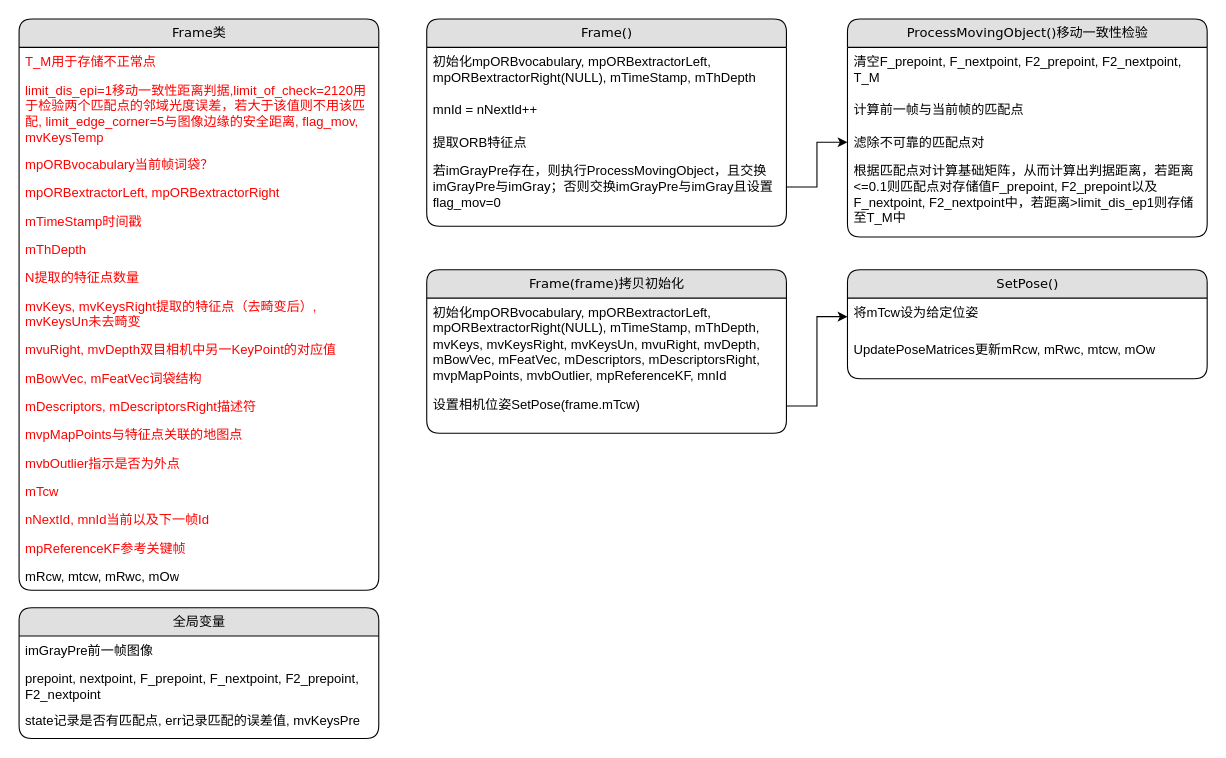
Above: page "Frame" (11 of 11) of Untitled Diagram.drawio in gtx818/visual-SLAM (draw.io), before the change. Source tidied: cells renumbered, new cells numbered last; positions are measured from the earlier drawing's top-left corner, leaving out a move shared by most shapes. Both pictures are drawn from the tidied source at 109%, with x=0, y=0 at pixel (19, 19).
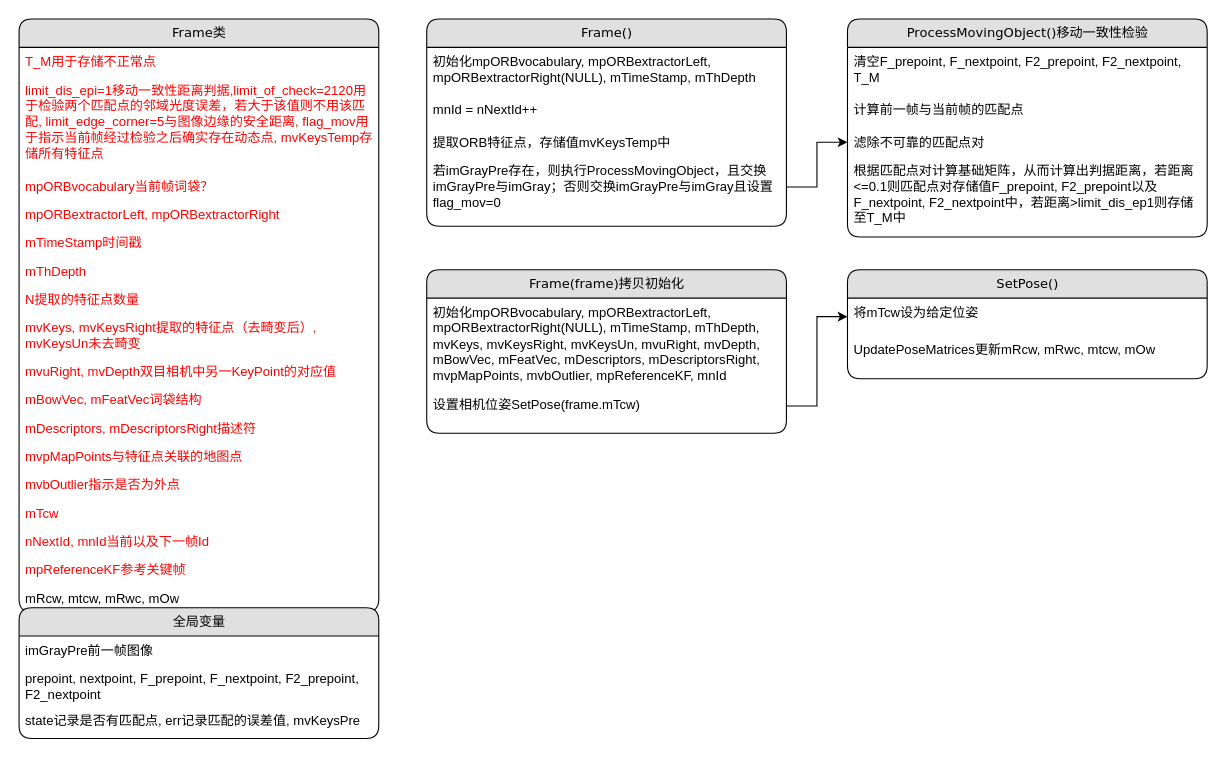
The same page after the edit.

The change refers to these unchanged cells:
```xml
<mxCell id="20" value="Frame()" style="swimlane;html=1;fontStyle=0;horizontal=1;startSize=26;fillColor=#e0e0e0;swimlaneFillColor=#ffffff;align=center;rounded=1;shadow=0;comic=0;labelBackgroundColor=none;strokeWidth=1;fontFamily=Verdana;fontSize=12;" parent="1" vertex="1">
  <mxGeometry x="374" width="330" height="190" as="geometry" />
</mxCell>
```

The edit, as a diff of the source:
```diff
@@
     <mxCell id="2" value="Frame类" style="swimlane;html=1;fontStyle=0;horizontal=1;startSize=26;fillColor=#e0e0e0;swimlaneFillColor=#ffffff;align=center;rounded=1;shadow=0;comic=0;labelBackgroundColor=none;strokeWidth=1;fontFamily=Verdana;fontSize=12;" parent="1" vertex="1">
-      <mxGeometry width="330" height="524" as="geometry" />
+      <mxGeometry width="330" height="544" as="geometry" />
     </mxCell>
@@
-    <mxCell id="4" value="limit_dis_epi=1移动一致性距离判据,limit_of_check=2120用于检验两个匹配点的邻域光度误差，若大于该值则不用该匹配, limit_edge_corner=5与图像边缘的安全距离, flag_mov, mvKeysTemp" style="text;html=1;strokeColor=none;fillColor=none;spacingLeft=4;spacingRight=4;whiteSpace=wrap;overflow=hidden;fontColor=#FF0000;" parent="2" vertex="1">
-      <mxGeometry y="52" width="330" height="68" as="geometry" />
+    <mxCell id="4" value="limit_dis_epi=1移动一致性距离判据,limit_of_check=2120用于检验两个匹配点的邻域光度误差，若大于该值则不用该匹配, limit_edge_corner=5与图像边缘的安全距离, flag_mov用于指示当前帧经过检验之后确实存在动态点, mvKeysTemp存储所有特征点" style="text;html=1;strokeColor=none;fillColor=none;spacingLeft=4;spacingRight=4;whiteSpace=wrap;overflow=hidden;fontColor=#FF0000;" parent="2" vertex="1">
+      <mxGeometry y="52" width="330" height="88" as="geometry" />
     </mxCell>
     <mxCell id="5" value="mpORBvocabulary当前帧词袋？" style="text;html=1;strokeColor=none;fillColor=none;spacingLeft=4;spacingRight=4;whiteSpace=wrap;overflow=hidden;fontColor=#FF0000;" parent="2" vertex="1">
-      <mxGeometry y="120" width="330" height="26" as="geometry" />
+      <mxGeometry y="140" width="330" height="26" as="geometry" />
     </mxCell>
     <mxCell id="6" value="mpORBextractorLeft, mpORBextractorRight" style="text;html=1;strokeColor=none;fillColor=none;spacingLeft=4;spacingRight=4;whiteSpace=wrap;overflow=hidden;fontColor=#FF0000;" parent="2" vertex="1">
-      <mxGeometry y="146" width="330" height="26" as="geometry" />
+      <mxGeometry y="166" width="330" height="26" as="geometry" />
     </mxCell>
     <mxCell id="7" value="mTimeStamp时间戳" style="text;html=1;strokeColor=none;fillColor=none;spacingLeft=4;spacingRight=4;whiteSpace=wrap;overflow=hidden;fontColor=#FF0000;" parent="2" vertex="1">
-      <mxGeometry y="172" width="330" height="26" as="geometry" />
+      <mxGeometry y="192" width="330" height="26" as="geometry" />
     </mxCell>
     <mxCell id="8" value="mThDepth" style="text;html=1;strokeColor=none;fillColor=none;spacingLeft=4;spacingRight=4;whiteSpace=wrap;overflow=hidden;fontColor=#FF0000;" parent="2" vertex="1">
-      <mxGeometry y="198" width="330" height="26" as="geometry" />
+      <mxGeometry y="218" width="330" height="26" as="geometry" />
     </mxCell>
     <mxCell id="9" value="N提取的特征点数量" style="text;html=1;strokeColor=none;fillColor=none;spacingLeft=4;spacingRight=4;whiteSpace=wrap;overflow=hidden;fontColor=#FF0000;" parent="2" vertex="1">
-      <mxGeometry y="224" width="330" height="26" as="geometry" />
+      <mxGeometry y="244" width="330" height="26" as="geometry" />
     </mxCell>
     <mxCell id="10" value="mvKeys, mvKeysRight提取的特征点（去畸变后）, mvKeysUn未去畸变" style="text;html=1;strokeColor=none;fillColor=none;spacingLeft=4;spacingRight=4;whiteSpace=wrap;overflow=hidden;fontColor=#FF0000;" parent="2" vertex="1">
-      <mxGeometry y="250" width="330" height="40" as="geometry" />
+      <mxGeometry y="270" width="330" height="40" as="geometry" />
     </mxCell>
     <mxCell id="11" value="&lt;font&gt;mvuRight, mvDepth双目相机中另一KeyPoint的对应值&lt;/font&gt;" style="text;html=1;strokeColor=none;fillColor=none;spacingLeft=4;spacingRight=4;whiteSpace=wrap;overflow=hidden;fontColor=#FF0000;" parent="2" vertex="1">
-      <mxGeometry y="290" width="330" height="26" as="geometry" />
+      <mxGeometry y="310" width="330" height="26" as="geometry" />
     </mxCell>
     <mxCell id="12" value="&lt;font&gt;mBowVec, mFeatVec词袋结构&lt;/font&gt;" style="text;html=1;strokeColor=none;fillColor=none;spacingLeft=4;spacingRight=4;whiteSpace=wrap;overflow=hidden;fontColor=#FF0000;" parent="2" vertex="1">
-      <mxGeometry y="316" width="330" height="26" as="geometry" />
+      <mxGeometry y="336" width="330" height="26" as="geometry" />
     </mxCell>
     <mxCell id="13" value="mDescriptors, mDescriptorsRight描述符" style="text;html=1;strokeColor=none;fillColor=none;spacingLeft=4;spacingRight=4;whiteSpace=wrap;overflow=hidden;fontColor=#FF0000;" parent="2" vertex="1">
-      <mxGeometry y="342" width="330" height="26" as="geometry" />
+      <mxGeometry y="362" width="330" height="26" as="geometry" />
     </mxCell>
     <mxCell id="14" value="&lt;font&gt;mvpMapPoints与特征点关联的地图点&lt;/font&gt;" style="text;html=1;strokeColor=none;fillColor=none;spacingLeft=4;spacingRight=4;whiteSpace=wrap;overflow=hidden;fontColor=#FF0000;" parent="2" vertex="1">
-      <mxGeometry y="368" width="330" height="26" as="geometry" />
+      <mxGeometry y="388" width="330" height="26" as="geometry" />
     </mxCell>
     <mxCell id="15" value="&lt;font&gt;mvbOutlier指示是否为外点&lt;/font&gt;" style="text;html=1;strokeColor=none;fillColor=none;spacingLeft=4;spacingRight=4;whiteSpace=wrap;overflow=hidden;fontColor=#FF0000;" parent="2" vertex="1">
-      <mxGeometry y="394" width="330" height="26" as="geometry" />
+      <mxGeometry y="414" width="330" height="26" as="geometry" />
     </mxCell>
     <mxCell id="16" value="&lt;font&gt;mTcw&lt;/font&gt;" style="text;html=1;strokeColor=none;fillColor=none;spacingLeft=4;spacingRight=4;whiteSpace=wrap;overflow=hidden;fontColor=#FF0000;" parent="2" vertex="1">
-      <mxGeometry y="420" width="330" height="26" as="geometry" />
+      <mxGeometry y="440" width="330" height="26" as="geometry" />
     </mxCell>
     <mxCell id="17" value="nNextId, mnId当前以及下一帧Id" style="text;html=1;strokeColor=none;fillColor=none;spacingLeft=4;spacingRight=4;whiteSpace=wrap;overflow=hidden;fontColor=#FF0000;" parent="2" vertex="1">
-      <mxGeometry y="446" width="330" height="26" as="geometry" />
+      <mxGeometry y="466" width="330" height="26" as="geometry" />
     </mxCell>
     <mxCell id="18" value="&lt;font&gt;mpReferenceKF参考关键帧&lt;/font&gt;" style="text;html=1;strokeColor=none;fillColor=none;spacingLeft=4;spacingRight=4;whiteSpace=wrap;overflow=hidden;fontColor=#FF0000;" parent="2" vertex="1">
-      <mxGeometry y="472" width="330" height="26" as="geometry" />
+      <mxGeometry y="492" width="330" height="26" as="geometry" />
     </mxCell>
     <mxCell id="19" value="&lt;font&gt;mRcw, mtcw, mRwc, mOw&lt;/font&gt;" style="text;html=1;strokeColor=none;fillColor=none;spacingLeft=4;spacingRight=4;whiteSpace=wrap;overflow=hidden;fontColor=#000000;" parent="2" vertex="1">
-      <mxGeometry y="498" width="330" height="26" as="geometry" />
+      <mxGeometry y="518" width="330" height="26" as="geometry" />
     </mxCell>
@@
-    <mxCell id="23" value="提取ORB特征点" style="text;html=1;strokeColor=none;fillColor=none;spacingLeft=4;spacingRight=4;whiteSpace=wrap;overflow=hidden;fontColor=default;" parent="20" vertex="1">
+    <mxCell id="23" value="提取ORB特征点，存储值mvKeysTemp中" style="text;html=1;strokeColor=none;fillColor=none;spacingLeft=4;spacingRight=4;whiteSpace=wrap;overflow=hidden;fontColor=default;" parent="20" vertex="1">
       <mxGeometry y="100" width="330" height="26" as="geometry" />
     </mxCell>
```
